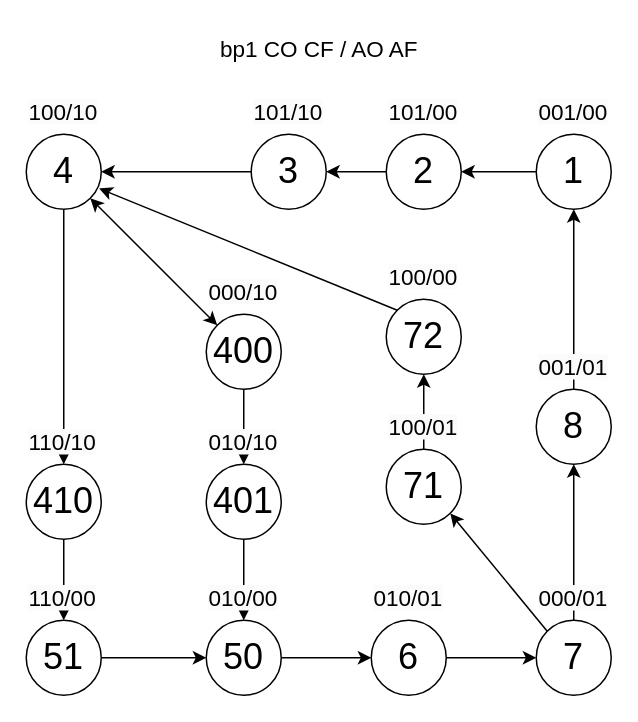
This is TP4 Exo1.drawio from Riuza-c-137/diagrams.net-default_repo, a draw.io file, before an edit. Source tidied: cells renumbered, new cells numbered last; positions are measured from the earlier drawing's top-left corner, leaving out a move shared by most shapes. Both pictures are drawn from the tidied source at 150%, with x=0, y=0 at pixel (26, 26).
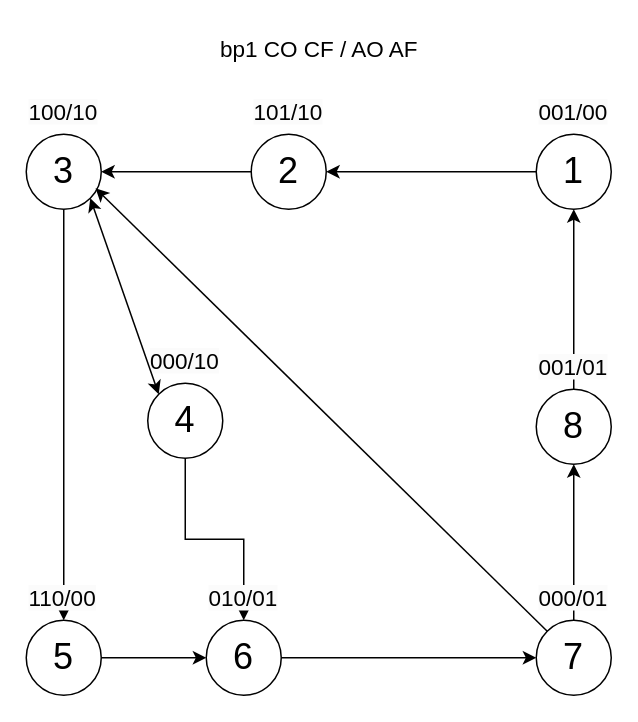
The same page after the edit.

Commit message:
Mettre à jour TP4 Exo1.drawio

Unchanged cells that the change refers to:
```xml
<mxCell id="2" value="&lt;font style=&quot;font-size: 24px;&quot;&gt;1&lt;/font&gt;" style="ellipse;whiteSpace=wrap;html=1;" parent="1" vertex="1">
  <mxGeometry x="340" y="72" width="50" height="50" as="geometry" />
</mxCell>
<mxCell id="35" value="&lt;span style=&quot;font-size: 24px;&quot;&gt;7&lt;br&gt;&lt;/span&gt;" style="ellipse;whiteSpace=wrap;html=1;" parent="1" vertex="1">
  <mxGeometry x="340" y="396" width="50" height="50" as="geometry" />
</mxCell>
```

Change to the diagram source:
```diff
@@
+    <mxCell id="47" style="edgeStyle=orthogonalEdgeStyle;rounded=0;jettySize=auto;html=1;exitX=0;exitY=0.5;exitDx=0;exitDy=0;entryX=1;entryY=0.5;entryDx=0;entryDy=0;" parent="1" edge="1" source="2" target="9">
+      <mxGeometry relative="1" as="geometry" />
+    </mxCell>
@@
-    <mxCell id="5" style="edgeStyle=orthogonalEdgeStyle;rounded=0;jettySize=auto;html=1;exitX=0;exitY=0.5;exitDx=0;exitDy=0;" parent="1" edge="1" source="6" target="9">
-      <mxGeometry relative="1" as="geometry" />
-    </mxCell>
-    <mxCell id="6" value="&lt;font style=&quot;font-size: 24px;&quot;&gt;2&lt;/font&gt;" style="ellipse;whiteSpace=wrap;html=1;" parent="1" vertex="1">
-      <mxGeometry x="240" y="72" width="50" height="50" as="geometry" />
-    </mxCell>
-    <mxCell id="7" value="&lt;span style=&quot;color: rgb(0, 0, 0); font-family: Helvetica; font-size: 15px; font-style: normal; font-variant-ligatures: normal; font-variant-caps: normal; font-weight: 400; letter-spacing: normal; orphans: 2; text-align: center; text-indent: 0px; text-transform: none; widows: 2; word-spacing: 0px; -webkit-text-stroke-width: 0px; background-color: rgb(251, 251, 251); text-decoration-thickness: initial; text-decoration-style: initial; text-decoration-color: initial; float: none; display: inline !important;&quot;&gt;101/00&lt;/span&gt;" style="text;whiteSpace=wrap;html=1;" parent="1" vertex="1">
-      <mxGeometry x="240" y="42" width="50" height="30" as="geometry" />
-    </mxCell>
@@
-    <mxCell id="9" value="&lt;font style=&quot;font-size: 24px;&quot;&gt;3&lt;/font&gt;" style="ellipse;whiteSpace=wrap;html=1;" parent="1" vertex="1">
+    <mxCell id="9" value="&lt;span style=&quot;font-size: 24px;&quot;&gt;2&lt;/span&gt;" style="ellipse;whiteSpace=wrap;html=1;" parent="1" vertex="1">
       <mxGeometry x="150" y="72" width="50" height="50" as="geometry" />
     </mxCell>
@@
-    <mxCell id="11" style="edgeStyle=orthogonalEdgeStyle;rounded=0;jettySize=auto;html=1;exitX=0.5;exitY=1;exitDx=0;exitDy=0;" parent="1" edge="1" source="12" target="17">
-      <mxGeometry relative="1" as="geometry" />
-    </mxCell>
+    <mxCell id="48" style="edgeStyle=orthogonalEdgeStyle;rounded=0;jettySize=auto;html=1;exitX=0.5;exitY=1;exitDx=0;exitDy=0;entryX=0.5;entryY=0;entryDx=0;entryDy=0;" parent="1" edge="1" source="12" target="20">
+      <mxGeometry relative="1" as="geometry" />
+    </mxCell>
-    <mxCell id="12" value="&lt;font style=&quot;font-size: 24px;&quot;&gt;4&lt;/font&gt;" style="ellipse;whiteSpace=wrap;html=1;" parent="1" vertex="1">
+    <mxCell id="12" value="&lt;font style=&quot;font-size: 24px;&quot;&gt;3&lt;/font&gt;" style="ellipse;whiteSpace=wrap;html=1;" parent="1" vertex="1">
       <mxGeometry y="72" width="50" height="50" as="geometry" />
     </mxCell>
@@
-    <mxCell id="14" style="edgeStyle=orthogonalEdgeStyle;rounded=0;jettySize=auto;html=1;exitX=0.5;exitY=1;exitDx=0;exitDy=0;" parent="1" edge="1" source="15" target="23">
-      <mxGeometry relative="1" as="geometry" />
-    </mxCell>
+    <mxCell id="49" style="edgeStyle=orthogonalEdgeStyle;rounded=0;jettySize=auto;html=1;exitX=0.5;exitY=1;exitDx=0;exitDy=0;entryX=0.5;entryY=0;entryDx=0;entryDy=0;" parent="1" edge="1" source="15" target="32">
+      <mxGeometry relative="1" as="geometry" />
+    </mxCell>
-    <mxCell id="15" value="&lt;font style=&quot;font-size: 24px;&quot;&gt;400&lt;/font&gt;" style="ellipse;whiteSpace=wrap;html=1;" parent="1" vertex="1">
-      <mxGeometry x="120" y="192" width="50" height="50" as="geometry" />
+    <mxCell id="15" value="&lt;font style=&quot;font-size: 24px;&quot;&gt;4&lt;/font&gt;" style="ellipse;whiteSpace=wrap;html=1;" parent="1" vertex="1">
+      <mxGeometry x="81" y="238" width="50" height="50" as="geometry" />
     </mxCell>
-    <mxCell id="16" style="edgeStyle=orthogonalEdgeStyle;rounded=0;jettySize=auto;html=1;exitX=0.5;exitY=1;exitDx=0;exitDy=0;entryX=0.5;entryY=0;entryDx=0;entryDy=0;" parent="1" edge="1" source="17" target="20">
-      <mxGeometry relative="1" as="geometry" />
-    </mxCell>
-    <mxCell id="17" value="&lt;font style=&quot;font-size: 24px;&quot;&gt;410&lt;/font&gt;" style="ellipse;whiteSpace=wrap;html=1;" parent="1" vertex="1">
-      <mxGeometry y="292" width="50" height="50" as="geometry" />
-    </mxCell>
-    <mxCell id="18" value="&lt;span style=&quot;color: rgb(0, 0, 0); font-family: Helvetica; font-size: 15px; font-style: normal; font-variant-ligatures: normal; font-variant-caps: normal; font-weight: 400; letter-spacing: normal; orphans: 2; text-align: center; text-indent: 0px; text-transform: none; widows: 2; word-spacing: 0px; -webkit-text-stroke-width: 0px; background-color: rgb(251, 251, 251); text-decoration-thickness: initial; text-decoration-style: initial; text-decoration-color: initial; float: none; display: inline !important;&quot;&gt;110/10&lt;/span&gt;" style="text;whiteSpace=wrap;html=1;" parent="1" vertex="1">
-      <mxGeometry y="262" width="50" height="30" as="geometry" />
-    </mxCell>
-    <mxCell id="19" style="edgeStyle=orthogonalEdgeStyle;rounded=0;jettySize=auto;html=1;exitX=1;exitY=0.5;exitDx=0;exitDy=0;entryX=0;entryY=0.5;entryDx=0;entryDy=0;" parent="1" edge="1" source="20" target="26">
-      <mxGeometry relative="1" as="geometry" />
-    </mxCell>
+    <mxCell id="50" style="edgeStyle=orthogonalEdgeStyle;rounded=0;jettySize=auto;html=1;exitX=1;exitY=0.5;exitDx=0;exitDy=0;entryX=0;entryY=0.5;entryDx=0;entryDy=0;" parent="1" edge="1" source="20" target="32">
+      <mxGeometry relative="1" as="geometry" />
+    </mxCell>
-    <mxCell id="20" value="&lt;font style=&quot;font-size: 24px;&quot;&gt;51&lt;/font&gt;" style="ellipse;whiteSpace=wrap;html=1;" parent="1" vertex="1">
+    <mxCell id="20" value="&lt;font style=&quot;font-size: 24px;&quot;&gt;5&lt;/font&gt;" style="ellipse;whiteSpace=wrap;html=1;" parent="1" vertex="1">
       <mxGeometry y="396" width="50" height="50" as="geometry" />
     </mxCell>
@@
-    <mxCell id="22" style="edgeStyle=orthogonalEdgeStyle;rounded=0;jettySize=auto;html=1;exitX=0.5;exitY=1;exitDx=0;exitDy=0;entryX=0.5;entryY=0;entryDx=0;entryDy=0;" parent="1" edge="1" source="23" target="26">
-      <mxGeometry relative="1" as="geometry" />
-    </mxCell>
-    <mxCell id="23" value="&lt;font style=&quot;font-size: 24px;&quot;&gt;401&lt;/font&gt;" style="ellipse;whiteSpace=wrap;html=1;" parent="1" vertex="1">
-      <mxGeometry x="120" y="292" width="50" height="50" as="geometry" />
-    </mxCell>
-    <mxCell id="24" value="&lt;span style=&quot;color: rgb(0, 0, 0); font-family: Helvetica; font-size: 15px; font-style: normal; font-variant-ligatures: normal; font-variant-caps: normal; font-weight: 400; letter-spacing: normal; orphans: 2; text-align: center; text-indent: 0px; text-transform: none; widows: 2; word-spacing: 0px; -webkit-text-stroke-width: 0px; background-color: rgb(251, 251, 251); text-decoration-thickness: initial; text-decoration-style: initial; text-decoration-color: initial; float: none; display: inline !important;&quot;&gt;010/10&lt;/span&gt;" style="text;whiteSpace=wrap;html=1;" parent="1" vertex="1">
-      <mxGeometry x="120" y="262" width="50" height="30" as="geometry" />
-    </mxCell>
-    <mxCell id="25" style="edgeStyle=orthogonalEdgeStyle;rounded=0;jettySize=auto;html=1;exitX=1;exitY=0.5;exitDx=0;exitDy=0;entryX=0;entryY=0.5;entryDx=0;entryDy=0;" parent="1" edge="1" source="26" target="32">
-      <mxGeometry relative="1" as="geometry" />
-    </mxCell>
-    <mxCell id="26" value="&lt;span style=&quot;font-size: 24px;&quot;&gt;50&lt;/span&gt;" style="ellipse;whiteSpace=wrap;html=1;" parent="1" vertex="1">
-      <mxGeometry x="120" y="396" width="50" height="50" as="geometry" />
-    </mxCell>
-    <mxCell id="27" value="&lt;span style=&quot;color: rgb(0, 0, 0); font-family: Helvetica; font-size: 15px; font-style: normal; font-variant-ligatures: normal; font-variant-caps: normal; font-weight: 400; letter-spacing: normal; orphans: 2; text-align: center; text-indent: 0px; text-transform: none; widows: 2; word-spacing: 0px; -webkit-text-stroke-width: 0px; background-color: rgb(251, 251, 251); text-decoration-thickness: initial; text-decoration-style: initial; text-decoration-color: initial; float: none; display: inline !important;&quot;&gt;010/00&lt;/span&gt;" style="text;whiteSpace=wrap;html=1;" parent="1" vertex="1">
-      <mxGeometry x="120" y="366" width="50" height="30" as="geometry" />
-    </mxCell>
-    <mxCell id="28" style="endArrow=classic;html=1;rounded=0;exitX=0;exitY=0.5;exitDx=0;exitDy=0;entryX=1;entryY=0.5;entryDx=0;entryDy=0;" parent="1" edge="1" source="2" target="6">
-      <mxGeometry relative="1" as="geometry" />
-    </mxCell>
     <mxCell id="29" value="&lt;span style=&quot;color: rgb(0, 0, 0); font-family: Helvetica; font-size: 15px; font-style: normal; font-variant-ligatures: normal; font-variant-caps: normal; font-weight: 400; letter-spacing: normal; orphans: 2; text-align: center; text-indent: 0px; text-transform: none; widows: 2; word-spacing: 0px; -webkit-text-stroke-width: 0px; background-color: rgb(251, 251, 251); text-decoration-thickness: initial; text-decoration-style: initial; text-decoration-color: initial; float: none; display: inline !important;&quot;&gt;000/10&lt;/span&gt;" style="text;whiteSpace=wrap;html=1;" parent="1" vertex="1">
-      <mxGeometry x="120" y="162" width="50" height="30" as="geometry" />
+      <mxGeometry x="81" y="208" width="50" height="30" as="geometry" />
     </mxCell>
@@
     <mxCell id="32" value="&lt;span style=&quot;font-size: 24px;&quot;&gt;6&lt;/span&gt;" style="ellipse;whiteSpace=wrap;html=1;" parent="1" vertex="1">
-      <mxGeometry x="230" y="396" width="50" height="50" as="geometry" />
+      <mxGeometry x="120" y="396" width="50" height="50" as="geometry" />
     </mxCell>
-    <mxCell id="33" value="&lt;span style=&quot;color: rgb(0, 0, 0); font-family: Helvetica; font-size: 15px; font-style: normal; font-variant-ligatures: normal; font-variant-caps: normal; font-weight: 400; letter-spacing: normal; orphans: 2; text-align: center; text-indent: 0px; text-transform: none; widows: 2; word-spacing: 0px; -webkit-text-stroke-width: 0px; background-color: rgb(251, 251, 251); text-decoration-thickness: initial; text-decoration-style: initial; text-decoration-color: initial; float: none; display: inline !important;&quot;&gt;010/01&lt;br&gt;&lt;/span&gt;" style="text;whiteSpace=wrap;html=1;" parent="1" vertex="1">
-      <mxGeometry x="230" y="366" width="50" height="26" as="geometry" />
-    </mxCell>
@@
-    <mxCell id="40" style="edgeStyle=orthogonalEdgeStyle;rounded=0;jettySize=auto;html=1;exitX=0.5;exitY=0;exitDx=0;exitDy=0;entryX=0.5;entryY=1;entryDx=0;entryDy=0;" parent="1" edge="1" source="41" target="43">
-      <mxGeometry relative="1" as="geometry" />
-    </mxCell>
-    <mxCell id="41" value="&lt;span style=&quot;font-size: 24px;&quot;&gt;71&lt;br&gt;&lt;/span&gt;" style="ellipse;whiteSpace=wrap;html=1;" parent="1" vertex="1">
-      <mxGeometry x="240" y="282" width="50" height="50" as="geometry" />
-    </mxCell>
-    <mxCell id="42" value="&lt;span style=&quot;color: rgb(0, 0, 0); font-family: Helvetica; font-size: 15px; font-style: normal; font-variant-ligatures: normal; font-variant-caps: normal; font-weight: 400; letter-spacing: normal; orphans: 2; text-align: center; text-indent: 0px; text-transform: none; widows: 2; word-spacing: 0px; -webkit-text-stroke-width: 0px; background-color: rgb(251, 251, 251); text-decoration-thickness: initial; text-decoration-style: initial; text-decoration-color: initial; float: none; display: inline !important;&quot;&gt;100/01&lt;br&gt;&lt;/span&gt;" style="text;whiteSpace=wrap;html=1;" parent="1" vertex="1">
-      <mxGeometry x="240" y="252" width="50" height="26" as="geometry" />
-    </mxCell>
-    <mxCell id="43" value="&lt;span style=&quot;font-size: 24px;&quot;&gt;72&lt;br&gt;&lt;/span&gt;" style="ellipse;whiteSpace=wrap;html=1;" parent="1" vertex="1">
-      <mxGeometry x="240" y="182" width="50" height="50" as="geometry" />
-    </mxCell>
-    <mxCell id="44" value="&lt;span style=&quot;color: rgb(0, 0, 0); font-family: Helvetica; font-size: 15px; font-style: normal; font-variant-ligatures: normal; font-variant-caps: normal; font-weight: 400; letter-spacing: normal; orphans: 2; text-align: center; text-indent: 0px; text-transform: none; widows: 2; word-spacing: 0px; -webkit-text-stroke-width: 0px; background-color: rgb(251, 251, 251); text-decoration-thickness: initial; text-decoration-style: initial; text-decoration-color: initial; float: none; display: inline !important;&quot;&gt;100/00&lt;br&gt;&lt;/span&gt;" style="text;whiteSpace=wrap;html=1;" parent="1" vertex="1">
-      <mxGeometry x="240" y="152" width="50" height="26" as="geometry" />
-    </mxCell>
-    <mxCell id="45" style="endArrow=classic;html=1;rounded=0;exitX=0;exitY=0;exitDx=0;exitDy=0;entryX=1;entryY=1;entryDx=0;entryDy=0;" parent="1" edge="1" source="35" target="41">
-      <mxGeometry relative="1" as="geometry" />
-    </mxCell>
-    <mxCell id="46" style="endArrow=classic;html=1;rounded=0;exitX=0;exitY=0;exitDx=0;exitDy=0;entryX=0.972;entryY=0.723;entryDx=0;entryDy=0;entryPerimeter=0;" parent="1" edge="1" source="43" target="12">
-      <mxGeometry relative="1" as="geometry" />
-    </mxCell>
+    <mxCell id="33" value="&lt;span style=&quot;color: rgb(0, 0, 0); font-family: Helvetica; font-size: 15px; font-style: normal; font-variant-ligatures: normal; font-variant-caps: normal; font-weight: 400; letter-spacing: normal; orphans: 2; text-align: center; text-indent: 0px; text-transform: none; widows: 2; word-spacing: 0px; -webkit-text-stroke-width: 0px; background-color: rgb(251, 251, 251); text-decoration-thickness: initial; text-decoration-style: initial; text-decoration-color: initial; float: none; display: inline !important;&quot;&gt;010/01&lt;br&gt;&lt;/span&gt;" style="text;whiteSpace=wrap;html=1;" parent="1" vertex="1">
+      <mxGeometry x="120" y="366" width="50" height="26" as="geometry" />
+    </mxCell>
+    <mxCell id="51" style="endArrow=classic;html=1;rounded=0;exitX=0;exitY=0;exitDx=0;exitDy=0;entryX=0.924;entryY=0.72;entryDx=0;entryDy=0;entryPerimeter=0;" parent="1" edge="1" source="35" target="12">
+      <mxGeometry relative="1" as="geometry" />
+    </mxCell>
```
